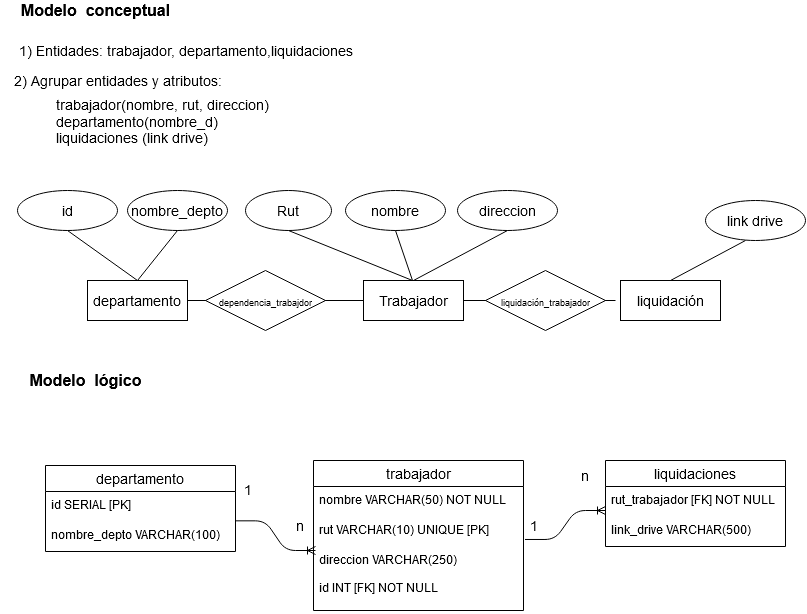
Before: Caso1_modelos.png, a diagram exported from draw.io (gilibethvega/modelamiento_de_datos). Source tidied: cells renumbered, new cells last; positions are measured from the earlier drawing's top-left corner, leaving out a move shared by most shapes.
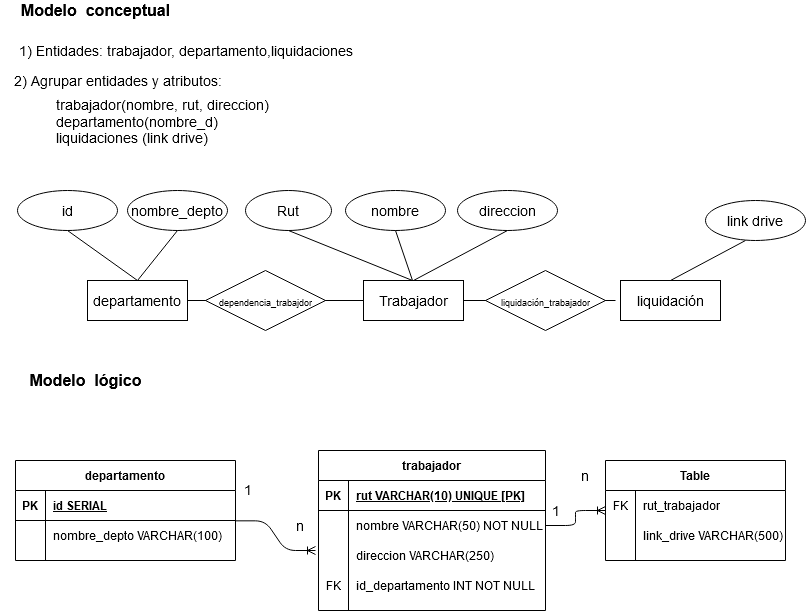
The same file after the commit.

Diff of the diagram source:
```diff
@@ -64,36 +64,6 @@
         <mxPoint x="137" y="280" as="sourcePoint" />
       </mxGeometry>
     </mxCell>
-    <mxCell id="20" value="trabajador" style="swimlane;fontStyle=0;horizontal=1;startSize=26;align=center;fontSize=14;" parent="1" vertex="1">
-      <mxGeometry x="313" y="460" width="210" height="150" as="geometry" />
-    </mxCell>
-    <mxCell id="21" value="nombre VARCHAR(50) NOT NULL" style="text;strokeColor=none;fillColor=none;spacingLeft=4;spacingRight=4;overflow=hidden;fontSize=12;" parent="20" vertex="1">
-      <mxGeometry y="26" width="210" height="30" as="geometry" />
-    </mxCell>
-    <mxCell id="22" value="rut VARCHAR(10) UNIQUE [PK]" style="text;strokeColor=none;fillColor=none;spacingLeft=4;spacingRight=4;overflow=hidden;points=[[0,0.5],[1,0.5]];portConstraint=eastwest;fontSize=12;" parent="20" vertex="1">
-      <mxGeometry y="56" width="210" height="30" as="geometry" />
-    </mxCell>
-    <mxCell id="23" value="direccion VARCHAR(250)&#10;&#10;id INT [FK] NOT NULL&#10;" style="text;strokeColor=none;fillColor=none;spacingLeft=4;spacingRight=4;overflow=hidden;fontSize=12;" parent="20" vertex="1">
-      <mxGeometry y="86" width="210" height="64" as="geometry" />
-    </mxCell>
-    <mxCell id="24" value="liquidaciones" style="swimlane;fontStyle=0;horizontal=1;startSize=26;align=center;fontSize=14;" parent="1" vertex="1">
-      <mxGeometry x="605" y="460" width="180" height="86" as="geometry" />
-    </mxCell>
-    <mxCell id="25" value="rut_trabajador [FK] NOT NULL" style="text;strokeColor=none;fillColor=none;spacingLeft=4;spacingRight=4;overflow=hidden;points=[[0,0.5],[1,0.5]];portConstraint=eastwest;fontSize=12;" parent="24" vertex="1">
-      <mxGeometry y="26" width="180" height="30" as="geometry" />
-    </mxCell>
-    <mxCell id="26" value="link_drive VARCHAR(500)" style="text;strokeColor=none;fillColor=none;spacingLeft=4;spacingRight=4;overflow=hidden;fontSize=12;" parent="24" vertex="1">
-      <mxGeometry y="56" width="180" height="30" as="geometry" />
-    </mxCell>
-    <mxCell id="27" value="departamento" style="swimlane;fontStyle=0;horizontal=1;startSize=26;align=center;fontSize=14;" parent="1" vertex="1">
-      <mxGeometry x="45" y="465" width="190" height="86" as="geometry" />
-    </mxCell>
-    <mxCell id="28" value="id SERIAL [PK]" style="text;strokeColor=none;fillColor=none;spacingLeft=4;spacingRight=4;overflow=hidden;fontSize=12;" parent="27" vertex="1">
-      <mxGeometry y="26" width="190" height="30" as="geometry" />
-    </mxCell>
-    <mxCell id="29" value="nombre_depto VARCHAR(100) " style="text;strokeColor=none;fillColor=none;spacingLeft=4;spacingRight=4;overflow=hidden;points=[[0,0.5],[1,0.5]];portConstraint=eastwest;fontSize=12;" parent="27" vertex="1">
-      <mxGeometry y="56" width="190" height="30" as="geometry" />
-    </mxCell>
     <mxCell id="30" value="liquidación" style="whiteSpace=wrap;html=1;align=center;fontSize=14;" parent="1" vertex="1">
       <mxGeometry x="620" y="280" width="100" height="40" as="geometry" />
     </mxCell>
@@ -119,15 +89,99 @@
       <mxGeometry x="574" y="465" width="20" height="20" as="geometry" />
     </mxCell>
     <mxCell id="38" value="1" style="text;html=1;align=center;verticalAlign=middle;fontSize=14;" parent="1" vertex="1">
-      <mxGeometry x="523" y="515" width="20" height="20" as="geometry" />
+      <mxGeometry x="545" y="500" width="20" height="20" as="geometry" />
     </mxCell>
-    <mxCell id="39" style="edgeStyle=entityRelationEdgeStyle;fontSize=12;html=1;endArrow=ERoneToMany;exitX=0.999;exitY=-0.022;exitDx=0;exitDy=0;exitPerimeter=0;" parent="1" edge="1" source="29">
+    <mxCell id="39" style="edgeStyle=entityRelationEdgeStyle;fontSize=12;html=1;endArrow=ERoneToMany;exitX=0.999;exitY=-0.022;exitDx=0;exitDy=0;exitPerimeter=0;" parent="1" edge="1">
       <mxGeometry relative="1" as="geometry">
+        <mxPoint x="234.8" y="520.3" as="sourcePoint" />
         <mxPoint x="315" y="550" as="targetPoint" />
       </mxGeometry>
     </mxCell>
-    <mxCell id="40" style="edgeStyle=entityRelationEdgeStyle;fontSize=12;html=1;endArrow=ERoneToMany;exitX=1.007;exitY=0.766;exitDx=0;exitDy=0;exitPerimeter=0;entryX=0;entryY=0.8;entryDx=0;entryDy=0;entryPerimeter=0;" parent="1" edge="1" source="22" target="25">
-      <mxGeometry relative="1" as="geometry" />
+    <mxCell id="40" style="edgeStyle=entityRelationEdgeStyle;fontSize=12;html=1;endArrow=ERoneToMany;exitX=1;exitY=0.5;exitDx=0;exitDy=0;entryX=0;entryY=0.8;entryDx=0;entryDy=0;entryPerimeter=0;" parent="1" edge="1" source="48">
+      <mxGeometry relative="1" as="geometry">
+        <mxPoint x="605" y="510" as="targetPoint" />
+      </mxGeometry>
     </mxCell>
+    <mxCell id="27" value="departamento" style="shape=table;startSize=30;rowLines=0;fontStyle=1;align=center;" parent="1" vertex="1">
+      <mxGeometry x="15" y="460" width="220" height="100" as="geometry" />
+    </mxCell>
+    <mxCell id="41" style="shape=partialRectangle;fillColor=none;top=0;left=0;bottom=1;right=0;" parent="27" vertex="1">
+      <mxGeometry y="30" width="220" height="30" as="geometry" />
+    </mxCell>
+    <mxCell id="42" value="PK" style="shape=partialRectangle;fillColor=none;top=0;left=0;bottom=0;right=0;fontStyle=1;overflow=hidden;" parent="41" vertex="1">
+      <mxGeometry width="30" height="30" as="geometry" />
+    </mxCell>
+    <mxCell id="43" value="id SERIAL" style="shape=partialRectangle;fillColor=none;top=0;left=0;bottom=0;right=0;align=left;spacingLeft=6;fontStyle=5;overflow=hidden;" parent="41" vertex="1">
+      <mxGeometry x="30" width="190" height="30" as="geometry" />
+    </mxCell>
+    <mxCell id="44" style="shape=partialRectangle;fillColor=none;top=0;left=0;bottom=0;right=0;" parent="27" vertex="1">
+      <mxGeometry y="60" width="220" height="30" as="geometry" />
+    </mxCell>
+    <mxCell id="45" style="shape=partialRectangle;fillColor=none;top=0;left=0;bottom=0;right=0;overflow=hidden;" parent="44" vertex="1">
+      <mxGeometry width="30" height="30" as="geometry" />
+    </mxCell>
+    <mxCell id="29" value="nombre_depto VARCHAR(100)" style="shape=partialRectangle;fillColor=none;top=0;left=0;bottom=0;right=0;align=left;spacingLeft=6;overflow=hidden;" parent="44" vertex="1">
+      <mxGeometry x="30" width="190" height="30" as="geometry" />
+    </mxCell>
+    <mxCell id="20" value="trabajador" style="shape=table;startSize=30;rowLines=0;fontStyle=1;align=center;" parent="1" vertex="1">
+      <mxGeometry x="318" y="450" width="227" height="160" as="geometry" />
+    </mxCell>
+    <mxCell id="46" style="shape=partialRectangle;fillColor=none;top=0;left=0;bottom=1;right=0;" parent="20" vertex="1">
+      <mxGeometry y="30" width="227" height="30" as="geometry" />
+    </mxCell>
+    <mxCell id="47" value="PK" style="shape=partialRectangle;fillColor=none;top=0;left=0;bottom=0;right=0;fontStyle=1;overflow=hidden;" parent="46" vertex="1">
+      <mxGeometry width="30" height="30" as="geometry" />
+    </mxCell>
+    <mxCell id="22" value="rut VARCHAR(10) UNIQUE [PK]" style="shape=partialRectangle;fillColor=none;top=0;left=0;bottom=0;right=0;align=left;spacingLeft=6;fontStyle=5;overflow=hidden;" parent="46" vertex="1">
+      <mxGeometry x="30" width="197" height="30" as="geometry" />
+    </mxCell>
+    <mxCell id="48" style="shape=partialRectangle;fillColor=none;top=0;left=0;bottom=0;right=0;points=[[0,0.5],[1,0.5]];portConstraint=eastwest;" parent="20" vertex="1">
+      <mxGeometry y="60" width="227" height="30" as="geometry" />
+    </mxCell>
+    <mxCell id="49" style="shape=partialRectangle;fillColor=none;top=0;left=0;bottom=0;right=0;overflow=hidden;" parent="48" vertex="1">
+      <mxGeometry width="30" height="30" as="geometry" />
+    </mxCell>
+    <mxCell id="21" value="nombre VARCHAR(50) NOT NULL" style="shape=partialRectangle;fillColor=none;top=0;left=0;bottom=0;right=0;align=left;spacingLeft=6;overflow=hidden;" parent="48" vertex="1">
+      <mxGeometry x="30" width="197" height="30" as="geometry" />
+    </mxCell>
+    <mxCell id="50" style="shape=partialRectangle;fillColor=none;top=0;left=0;bottom=0;right=0;" parent="20" vertex="1">
+      <mxGeometry y="90" width="227" height="30" as="geometry" />
+    </mxCell>
+    <mxCell id="51" style="shape=partialRectangle;fillColor=none;top=0;left=0;bottom=0;right=0;overflow=hidden;" parent="50" vertex="1">
+      <mxGeometry width="30" height="30" as="geometry" />
+    </mxCell>
+    <mxCell id="52" value="direccion VARCHAR(250)" style="shape=partialRectangle;fillColor=none;top=0;left=0;bottom=0;right=0;align=left;spacingLeft=6;overflow=hidden;" parent="50" vertex="1">
+      <mxGeometry x="30" width="197" height="30" as="geometry" />
+    </mxCell>
+    <mxCell id="53" style="shape=partialRectangle;fillColor=none;top=0;left=0;bottom=0;right=0;" parent="20" vertex="1">
+      <mxGeometry y="120" width="227" height="30" as="geometry" />
+    </mxCell>
+    <mxCell id="54" value="FK" style="shape=partialRectangle;fillColor=none;top=0;left=0;bottom=0;right=0;fontStyle=0;overflow=hidden;" parent="53" vertex="1">
+      <mxGeometry width="30" height="30" as="geometry" />
+    </mxCell>
+    <mxCell id="55" value="id_departamento INT NOT NULL" style="shape=partialRectangle;fillColor=none;top=0;left=0;bottom=0;right=0;align=left;spacingLeft=6;fontStyle=0;overflow=hidden;" parent="53" vertex="1">
+      <mxGeometry x="30" width="197" height="30" as="geometry" />
+    </mxCell>
+    <mxCell id="56" value="Table" style="shape=table;startSize=30;rowLines=0;fontStyle=1;align=center;" parent="1" vertex="1">
+      <mxGeometry x="605" y="460" width="180" height="100" as="geometry" />
+    </mxCell>
+    <mxCell id="57" style="shape=partialRectangle;fillColor=none;top=0;left=0;bottom=0;right=0;" parent="56" vertex="1">
+      <mxGeometry y="30" width="180" height="30" as="geometry" />
+    </mxCell>
+    <mxCell id="58" value="FK" style="shape=partialRectangle;fillColor=none;top=0;left=0;bottom=0;right=0;fontStyle=0;overflow=hidden;" parent="57" vertex="1">
+      <mxGeometry width="30" height="30" as="geometry" />
+    </mxCell>
+    <mxCell id="59" value="rut_trabajador" style="shape=partialRectangle;fillColor=none;top=0;left=0;bottom=0;right=0;align=left;spacingLeft=6;fontStyle=0;overflow=hidden;" parent="57" vertex="1">
+      <mxGeometry x="30" width="150" height="30" as="geometry" />
+    </mxCell>
+    <mxCell id="60" style="shape=partialRectangle;fillColor=none;top=0;left=0;bottom=0;right=0;" parent="56" vertex="1">
+      <mxGeometry y="60" width="180" height="30" as="geometry" />
+    </mxCell>
+    <mxCell id="61" style="shape=partialRectangle;fillColor=none;top=0;left=0;bottom=0;right=0;overflow=hidden;" parent="60" vertex="1">
+      <mxGeometry width="30" height="30" as="geometry" />
+    </mxCell>
+    <mxCell id="26" value="link_drive VARCHAR(500)" style="shape=partialRectangle;fillColor=none;top=0;left=0;bottom=0;right=0;align=left;spacingLeft=6;overflow=hidden;" parent="60" vertex="1">
+      <mxGeometry x="30" width="150" height="30" as="geometry" />
+    </mxCell>
   </root>
 </mxGraphModel>
```
